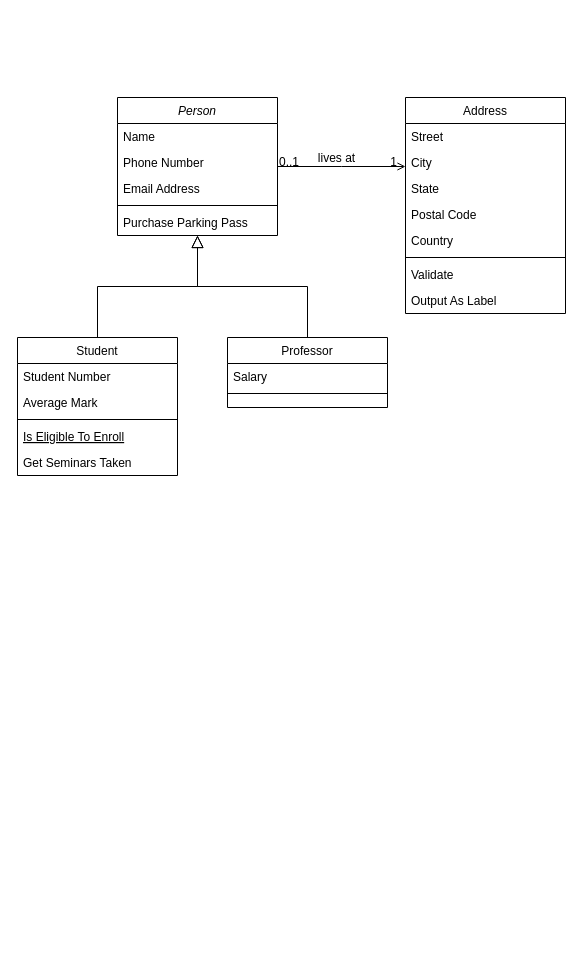
This is Untitled Diagram.drawio from GodhumalaPranitha/GodhumalaPranitha, a draw.io file, before an edit. Source tidied: cells renumbered, new cells numbered last; positions are measured from the earlier drawing's top-left corner, leaving out a move shared by most shapes. Both pictures are drawn from the tidied source at 100%, with x=0, y=0 at pixel (17, 97).
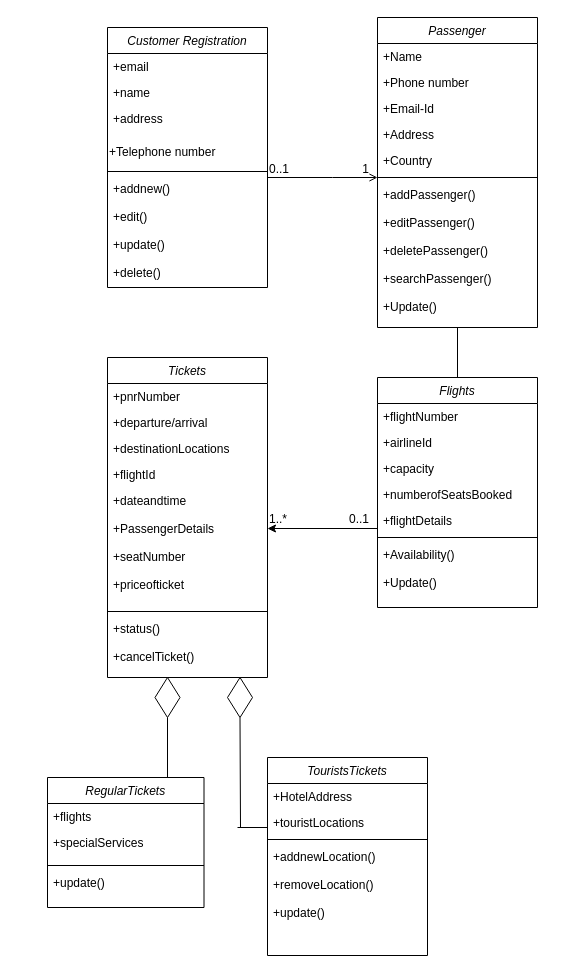
The same diagram, later.

Change to the diagram source:
```diff
@@
-    <mxCell id="2" value="Person" style="swimlane;fontStyle=2;align=center;verticalAlign=top;horizontal=1;startSize=26;rounded=0;shadow=0;strokeWidth=1;" parent="1" vertex="1">
-      <mxGeometry x="100" width="160" height="138" as="geometry" />
+    <mxCell id="2" value="Customer Registration" style="swimlane;fontStyle=2;align=center;verticalAlign=top;horizontal=1;startSize=26;rounded=0;shadow=0;strokeWidth=1;" parent="1" vertex="1">
+      <mxGeometry x="90" y="-70" width="160" height="260" as="geometry" />
     </mxCell>
-    <mxCell id="3" value="Name" style="text;align=left;verticalAlign=top;spacingLeft=4;spacingRight=4;overflow=hidden;" parent="2" vertex="1">
+    <mxCell id="3" value="+email" style="text;align=left;verticalAlign=top;spacingLeft=4;spacingRight=4;overflow=hidden;" parent="2" vertex="1">
       <mxGeometry y="26" width="160" height="26" as="geometry" />
     </mxCell>
-    <mxCell id="4" value="Phone Number" style="text;align=left;verticalAlign=top;spacingLeft=4;spacingRight=4;overflow=hidden;rounded=0;shadow=0;html=0;" parent="2" vertex="1">
+    <mxCell id="4" value="+name" style="text;align=left;verticalAlign=top;spacingLeft=4;spacingRight=4;overflow=hidden;rounded=0;shadow=0;html=0;" parent="2" vertex="1">
       <mxGeometry y="52" width="160" height="26" as="geometry" />
     </mxCell>
-    <mxCell id="5" value="Email Address" style="text;align=left;verticalAlign=top;spacingLeft=4;spacingRight=4;overflow=hidden;rounded=0;shadow=0;html=0;" parent="2" vertex="1">
-      <mxGeometry y="78" width="160" height="26" as="geometry" />
+    <mxCell id="5" value="+address&#10;" style="text;align=left;verticalAlign=top;spacingLeft=4;spacingRight=4;overflow=hidden;rounded=0;shadow=0;html=0;" parent="2" vertex="1">
+      <mxGeometry y="78" width="160" height="32" as="geometry" />
     </mxCell>
+    <mxCell id="32" value="+Telephone number" style="text;html=1;strokeColor=none;fillColor=none;align=left;verticalAlign=middle;whiteSpace=wrap;rounded=0;" parent="2" vertex="1">
+      <mxGeometry y="110" width="160" height="30" as="geometry" />
+    </mxCell>
     <mxCell id="6" style="line;html=1;strokeWidth=1;align=left;verticalAlign=middle;spacingTop=-1;spacingLeft=3;spacingRight=3;labelPosition=right;" parent="2" vertex="1">
-      <mxGeometry y="104" width="160" height="8" as="geometry" />
+      <mxGeometry y="140" width="160" height="8" as="geometry" />
     </mxCell>
-    <mxCell id="7" value="Purchase Parking Pass" style="text;align=left;verticalAlign=top;spacingLeft=4;spacingRight=4;overflow=hidden;" parent="2" vertex="1">
-      <mxGeometry y="112" width="160" height="26" as="geometry" />
+    <mxCell id="7" value="+addnew()&#10;&#10;+edit()&#10;&#10;+update()&#10;&#10;+delete()" style="text;align=left;verticalAlign=top;spacingLeft=4;spacingRight=4;overflow=hidden;" parent="2" vertex="1">
+      <mxGeometry y="148" width="160" height="112" as="geometry" />
     </mxCell>
-    <mxCell id="8" value="Student" style="swimlane;fontStyle=0;align=center;verticalAlign=top;horizontal=1;startSize=26;rounded=0;shadow=0;strokeWidth=1;" parent="1" vertex="1">
-      <mxGeometry y="240" width="160" height="138" as="geometry" />
-    </mxCell>
-    <mxCell id="9" value="Student Number" style="text;align=left;verticalAlign=top;spacingLeft=4;spacingRight=4;overflow=hidden;" parent="8" vertex="1">
-      <mxGeometry y="26" width="160" height="26" as="geometry" />
-    </mxCell>
-    <mxCell id="10" value="Average Mark" style="text;align=left;verticalAlign=top;spacingLeft=4;spacingRight=4;overflow=hidden;rounded=0;shadow=0;html=0;" parent="8" vertex="1">
-      <mxGeometry y="52" width="160" height="26" as="geometry" />
-    </mxCell>
-    <mxCell id="11" style="line;html=1;strokeWidth=1;align=left;verticalAlign=middle;spacingTop=-1;spacingLeft=3;spacingRight=3;labelPosition=right;" parent="8" vertex="1">
-      <mxGeometry y="78" width="160" height="8" as="geometry" />
-    </mxCell>
-    <mxCell id="12" value="Is Eligible To Enroll" style="text;align=left;verticalAlign=top;spacingLeft=4;spacingRight=4;overflow=hidden;fontStyle=4;" parent="8" vertex="1">
-      <mxGeometry y="86" width="160" height="26" as="geometry" />
-    </mxCell>
-    <mxCell id="13" value="Get Seminars Taken" style="text;align=left;verticalAlign=top;spacingLeft=4;spacingRight=4;overflow=hidden;" parent="8" vertex="1">
-      <mxGeometry y="112" width="160" height="26" as="geometry" />
-    </mxCell>
-    <mxCell id="14" style="endArrow=block;endSize=10;endFill=0;shadow=0;strokeWidth=1;rounded=0;edgeStyle=elbowEdgeStyle;elbow=vertical;" parent="1" edge="1" source="8" target="2">
-      <mxGeometry relative="1" as="geometry" />
-    </mxCell>
-    <mxCell id="15" value="Professor" style="swimlane;fontStyle=0;align=center;verticalAlign=top;horizontal=1;startSize=26;rounded=0;shadow=0;strokeWidth=1;" parent="1" vertex="1">
-      <mxGeometry x="210" y="240" width="160" height="70" as="geometry" />
-    </mxCell>
-    <mxCell id="16" value="Salary" style="text;align=left;verticalAlign=top;spacingLeft=4;spacingRight=4;overflow=hidden;" parent="15" vertex="1">
-      <mxGeometry y="26" width="160" height="26" as="geometry" />
-    </mxCell>
-    <mxCell id="17" style="line;html=1;strokeWidth=1;align=left;verticalAlign=middle;spacingTop=-1;spacingLeft=3;spacingRight=3;labelPosition=right;" parent="15" vertex="1">
-      <mxGeometry y="52" width="160" height="8" as="geometry" />
-    </mxCell>
-    <mxCell id="18" style="endArrow=block;endSize=10;endFill=0;shadow=0;strokeWidth=1;rounded=0;edgeStyle=elbowEdgeStyle;elbow=vertical;" parent="1" edge="1" source="15" target="2">
-      <mxGeometry relative="1" as="geometry" />
-    </mxCell>
-    <mxCell id="19" value="Address" style="swimlane;fontStyle=0;align=center;verticalAlign=top;horizontal=1;startSize=26;rounded=0;shadow=0;strokeWidth=1;" parent="1" vertex="1">
-      <mxGeometry x="388" width="160" height="216" as="geometry" />
+    <mxCell id="19" value="Passenger" style="swimlane;fontStyle=2;align=center;verticalAlign=top;horizontal=1;startSize=26;rounded=0;shadow=0;strokeWidth=1;" parent="1" vertex="1">
+      <mxGeometry x="360" y="-80" width="160" height="310" as="geometry" />
     </mxCell>
-    <mxCell id="20" value="Street" style="text;align=left;verticalAlign=top;spacingLeft=4;spacingRight=4;overflow=hidden;" parent="19" vertex="1">
+    <mxCell id="20" value="+Name" style="text;align=left;verticalAlign=top;spacingLeft=4;spacingRight=4;overflow=hidden;" parent="19" vertex="1">
       <mxGeometry y="26" width="160" height="26" as="geometry" />
     </mxCell>
-    <mxCell id="21" value="City" style="text;align=left;verticalAlign=top;spacingLeft=4;spacingRight=4;overflow=hidden;rounded=0;shadow=0;html=0;" parent="19" vertex="1">
+    <mxCell id="21" value="+Phone number" style="text;align=left;verticalAlign=top;spacingLeft=4;spacingRight=4;overflow=hidden;rounded=0;shadow=0;html=0;" parent="19" vertex="1">
       <mxGeometry y="52" width="160" height="26" as="geometry" />
     </mxCell>
-    <mxCell id="22" value="State" style="text;align=left;verticalAlign=top;spacingLeft=4;spacingRight=4;overflow=hidden;rounded=0;shadow=0;html=0;" parent="19" vertex="1">
+    <mxCell id="22" value="+Email-Id" style="text;align=left;verticalAlign=top;spacingLeft=4;spacingRight=4;overflow=hidden;rounded=0;shadow=0;html=0;" parent="19" vertex="1">
       <mxGeometry y="78" width="160" height="26" as="geometry" />
     </mxCell>
-    <mxCell id="23" value="Postal Code" style="text;align=left;verticalAlign=top;spacingLeft=4;spacingRight=4;overflow=hidden;rounded=0;shadow=0;html=0;" parent="19" vertex="1">
+    <mxCell id="23" value="+Address" style="text;align=left;verticalAlign=top;spacingLeft=4;spacingRight=4;overflow=hidden;rounded=0;shadow=0;html=0;" parent="19" vertex="1">
       <mxGeometry y="104" width="160" height="26" as="geometry" />
     </mxCell>
-    <mxCell id="24" value="Country" style="text;align=left;verticalAlign=top;spacingLeft=4;spacingRight=4;overflow=hidden;rounded=0;shadow=0;html=0;" parent="19" vertex="1">
+    <mxCell id="24" value="+Country" style="text;align=left;verticalAlign=top;spacingLeft=4;spacingRight=4;overflow=hidden;rounded=0;shadow=0;html=0;" parent="19" vertex="1">
       <mxGeometry y="130" width="160" height="26" as="geometry" />
     </mxCell>
@@
-    <mxCell id="26" value="Validate" style="text;align=left;verticalAlign=top;spacingLeft=4;spacingRight=4;overflow=hidden;" parent="19" vertex="1">
-      <mxGeometry y="164" width="160" height="26" as="geometry" />
+    <mxCell id="26" value="+addPassenger()&#10;&#10;+editPassenger()&#10;&#10;+deletePassenger()&#10;&#10;+searchPassenger()&#10;&#10;+Update()" style="text;align=left;verticalAlign=top;spacingLeft=4;spacingRight=4;overflow=hidden;" parent="19" vertex="1">
+      <mxGeometry y="164" width="160" height="146" as="geometry" />
     </mxCell>
-    <mxCell id="27" value="Output As Label" style="text;align=left;verticalAlign=top;spacingLeft=4;spacingRight=4;overflow=hidden;" parent="19" vertex="1">
-      <mxGeometry y="190" width="160" height="26" as="geometry" />
-    </mxCell>
     <mxCell id="28" style="endArrow=open;shadow=0;strokeWidth=1;rounded=0;endFill=1;edgeStyle=elbowEdgeStyle;elbow=vertical;" parent="1" edge="1" source="2" target="19">
       <mxGeometry x="0.5" y="41" relative="1" as="geometry">
+        <Array as="points">
+          <mxPoint x="315" y="80" />
+          <mxPoint x="315" y="70" />
+        </Array>
         <mxPoint x="-40" y="32" as="offset" />
       </mxGeometry>
     </mxCell>
     <mxCell id="29" value="0..1" style="align=left;verticalAlign=bottom;labelBackgroundColor=none;fontSize=12;" parent="28" vertex="1">
-      <mxGeometry x="-1" relative="1" as="geometry">
-        <mxPoint y="4" as="offset" />
-      </mxGeometry>
+      <mxGeometry x="-1" relative="1" as="geometry" />
     </mxCell>
     <mxCell id="30" value="1" style="align=right;verticalAlign=bottom;labelBackgroundColor=none;fontSize=12;" parent="28" vertex="1">
       <mxGeometry x="1" relative="1" as="geometry">
-        <mxPoint x="-7" y="4" as="offset" />
+        <mxPoint x="-7" as="offset" />
       </mxGeometry>
     </mxCell>
-    <mxCell id="31" value="lives at" style="text;html=1;align=center;verticalAlign=middle;labelBackgroundColor=none;rounded=0;shadow=0;strokeWidth=1;fontSize=12;" parent="28" vertex="1">
-      <mxGeometry x="0.5" y="49" relative="1" as="geometry">
-        <mxPoint x="-38" y="40" as="offset" />
-      </mxGeometry>
-    </mxCell>
+    <mxCell id="33" value="Flights" style="swimlane;fontStyle=2;align=center;verticalAlign=top;horizontal=1;startSize=26;rounded=0;shadow=0;strokeWidth=1;" parent="1" vertex="1">
+      <mxGeometry x="360" y="280" width="160" height="230" as="geometry" />
+    </mxCell>
+    <mxCell id="34" value="+flightNumber" style="text;align=left;verticalAlign=top;spacingLeft=4;spacingRight=4;overflow=hidden;" parent="33" vertex="1">
+      <mxGeometry y="26" width="160" height="26" as="geometry" />
+    </mxCell>
+    <mxCell id="35" value="+airlineId" style="text;align=left;verticalAlign=top;spacingLeft=4;spacingRight=4;overflow=hidden;rounded=0;shadow=0;html=0;" parent="33" vertex="1">
+      <mxGeometry y="52" width="160" height="26" as="geometry" />
+    </mxCell>
+    <mxCell id="36" value="+capacity" style="text;align=left;verticalAlign=top;spacingLeft=4;spacingRight=4;overflow=hidden;rounded=0;shadow=0;html=0;" parent="33" vertex="1">
+      <mxGeometry y="78" width="160" height="26" as="geometry" />
+    </mxCell>
+    <mxCell id="37" value="+numberofSeatsBooked" style="text;align=left;verticalAlign=top;spacingLeft=4;spacingRight=4;overflow=hidden;rounded=0;shadow=0;html=0;" parent="33" vertex="1">
+      <mxGeometry y="104" width="160" height="26" as="geometry" />
+    </mxCell>
+    <mxCell id="38" value="+flightDetails" style="text;align=left;verticalAlign=top;spacingLeft=4;spacingRight=4;overflow=hidden;points=[[0,0.5],[1,0.5]];portConstraint=eastwest;rounded=0;shadow=0;html=0;" parent="33" vertex="1">
+      <mxGeometry y="130" width="160" height="26" as="geometry" />
+    </mxCell>
+    <mxCell id="39" style="line;html=1;strokeWidth=1;align=left;verticalAlign=middle;spacingTop=-1;spacingLeft=3;spacingRight=3;labelPosition=right;" parent="33" vertex="1">
+      <mxGeometry y="156" width="160" height="8" as="geometry" />
+    </mxCell>
+    <mxCell id="40" value="+Availability()&#10;&#10;+Update()" style="text;align=left;verticalAlign=top;spacingLeft=4;spacingRight=4;overflow=hidden;" parent="33" vertex="1">
+      <mxGeometry y="164" width="160" height="56" as="geometry" />
+    </mxCell>
+    <mxCell id="41" value="Tickets" style="swimlane;fontStyle=2;align=center;verticalAlign=top;horizontal=1;startSize=26;rounded=0;shadow=0;strokeWidth=1;" parent="1" vertex="1">
+      <mxGeometry x="90" y="260" width="160" height="320" as="geometry" />
+    </mxCell>
+    <mxCell id="42" value="+pnrNumber" style="text;align=left;verticalAlign=top;spacingLeft=4;spacingRight=4;overflow=hidden;" parent="41" vertex="1">
+      <mxGeometry y="26" width="160" height="26" as="geometry" />
+    </mxCell>
+    <mxCell id="43" value="+departure/arrival" style="text;align=left;verticalAlign=top;spacingLeft=4;spacingRight=4;overflow=hidden;rounded=0;shadow=0;html=0;" parent="41" vertex="1">
+      <mxGeometry y="52" width="160" height="26" as="geometry" />
+    </mxCell>
+    <mxCell id="44" value="+destinationLocations" style="text;align=left;verticalAlign=top;spacingLeft=4;spacingRight=4;overflow=hidden;rounded=0;shadow=0;html=0;" parent="41" vertex="1">
+      <mxGeometry y="78" width="160" height="26" as="geometry" />
+    </mxCell>
+    <mxCell id="45" value="+flightId" style="text;align=left;verticalAlign=top;spacingLeft=4;spacingRight=4;overflow=hidden;rounded=0;shadow=0;html=0;" parent="41" vertex="1">
+      <mxGeometry y="104" width="160" height="26" as="geometry" />
+    </mxCell>
+    <mxCell id="46" value="+dateandtime&#10;&#10;+PassengerDetails&#10;&#10;+seatNumber&#10;&#10;+priceofticket&#10;&#10;&#10;" style="text;align=left;verticalAlign=top;spacingLeft=4;spacingRight=4;overflow=hidden;rounded=0;shadow=0;html=0;" parent="41" vertex="1">
+      <mxGeometry y="130" width="160" height="120" as="geometry" />
+    </mxCell>
+    <mxCell id="47" style="line;html=1;strokeWidth=1;align=left;verticalAlign=middle;spacingTop=-1;spacingLeft=3;spacingRight=3;labelPosition=right;" parent="41" vertex="1">
+      <mxGeometry y="250" width="160" height="8" as="geometry" />
+    </mxCell>
+    <mxCell id="48" value="+status()&#10;&#10;+cancelTicket()" style="text;align=left;verticalAlign=top;spacingLeft=4;spacingRight=4;overflow=hidden;" parent="41" vertex="1">
+      <mxGeometry y="258" width="160" height="62" as="geometry" />
+    </mxCell>
+    <mxCell id="49" value="RegularTickets" style="swimlane;fontStyle=2;align=center;verticalAlign=top;horizontal=1;startSize=26;rounded=0;shadow=0;strokeWidth=1;" parent="1" vertex="1">
+      <mxGeometry x="30" y="680" width="156.5" height="130" as="geometry" />
+    </mxCell>
+    <mxCell id="50" value="+flights" style="text;align=left;verticalAlign=top;spacingLeft=4;spacingRight=4;overflow=hidden;" parent="49" vertex="1">
+      <mxGeometry y="26" width="156.5" height="26" as="geometry" />
+    </mxCell>
+    <mxCell id="51" value="+specialServices" style="text;align=left;verticalAlign=top;spacingLeft=4;spacingRight=4;overflow=hidden;rounded=0;shadow=0;html=0;" parent="49" vertex="1">
+      <mxGeometry y="52" width="156.5" height="32" as="geometry" />
+    </mxCell>
+    <mxCell id="52" style="line;html=1;strokeWidth=1;align=left;verticalAlign=middle;spacingTop=-1;spacingLeft=3;spacingRight=3;labelPosition=right;" parent="49" vertex="1">
+      <mxGeometry y="84" width="156.5" height="8" as="geometry" />
+    </mxCell>
+    <mxCell id="53" value="+update()" style="text;align=left;verticalAlign=top;spacingLeft=4;spacingRight=4;overflow=hidden;" parent="49" vertex="1">
+      <mxGeometry y="92" width="156.5" height="28" as="geometry" />
+    </mxCell>
+    <mxCell id="54" value="TouristsTickets" style="swimlane;fontStyle=2;align=center;verticalAlign=top;horizontal=1;startSize=26;rounded=0;shadow=0;strokeWidth=1;" parent="1" vertex="1">
+      <mxGeometry x="250" y="660" width="160" height="198" as="geometry" />
+    </mxCell>
+    <mxCell id="55" value="+HotelAddress" style="text;align=left;verticalAlign=top;spacingLeft=4;spacingRight=4;overflow=hidden;" parent="54" vertex="1">
+      <mxGeometry y="26" width="160" height="26" as="geometry" />
+    </mxCell>
+    <mxCell id="56" value="+touristLocations" style="text;align=left;verticalAlign=top;spacingLeft=4;spacingRight=4;overflow=hidden;rounded=0;shadow=0;html=0;" parent="54" vertex="1">
+      <mxGeometry y="52" width="160" height="26" as="geometry" />
+    </mxCell>
+    <mxCell id="11" style="line;html=1;strokeWidth=1;align=left;verticalAlign=middle;spacingTop=-1;spacingLeft=3;spacingRight=3;labelPosition=right;" parent="54" vertex="1">
+      <mxGeometry y="78" width="160" height="8" as="geometry" />
+    </mxCell>
+    <mxCell id="57" value="+addnewLocation()&#10;&#10;+removeLocation()&#10;&#10;+update()&#10;&#10;" style="text;align=left;verticalAlign=top;spacingLeft=4;spacingRight=4;overflow=hidden;" parent="54" vertex="1">
+      <mxGeometry y="86" width="160" height="112" as="geometry" />
+    </mxCell>
+    <mxCell id="58" style="endArrow=none;html=1;rounded=0;exitX=0.5;exitY=0;exitDx=0;exitDy=0;" parent="1" edge="1" source="33">
+      <mxGeometry relative="1" as="geometry">
+        <mxPoint x="440" y="230" as="targetPoint" />
+      </mxGeometry>
+    </mxCell>
+    <mxCell id="59" style="endArrow=classic;html=1;rounded=0;exitX=0.002;exitY=0.808;exitDx=0;exitDy=0;exitPerimeter=0;" parent="1" edge="1" source="38">
+      <mxGeometry relative="1" as="geometry">
+        <mxPoint x="250" y="431" as="targetPoint" />
+      </mxGeometry>
+    </mxCell>
+    <mxCell id="60" value="0..1" style="align=left;verticalAlign=bottom;labelBackgroundColor=none;fontSize=12;" parent="1" vertex="1">
+      <mxGeometry x="330" y="430" as="geometry" />
+    </mxCell>
+    <mxCell id="61" value="1..*" style="align=left;verticalAlign=bottom;labelBackgroundColor=none;fontSize=12;" parent="1" vertex="1">
+      <mxGeometry x="250" y="430" as="geometry" />
+    </mxCell>
+    <mxCell id="62" style="rhombus;whiteSpace=wrap;html=1;direction=west;" parent="1" vertex="1">
+      <mxGeometry x="137.5" y="580" width="25" height="40" as="geometry" />
+    </mxCell>
+    <mxCell id="63" style="endArrow=none;html=1;rounded=0;exitX=0.5;exitY=0;exitDx=0;exitDy=0;" parent="1" edge="1" source="62">
+      <mxGeometry relative="1" as="geometry">
+        <mxPoint x="150" y="680" as="targetPoint" />
+      </mxGeometry>
+    </mxCell>
+    <mxCell id="64" style="rhombus;whiteSpace=wrap;html=1;direction=west;" parent="1" vertex="1">
+      <mxGeometry x="210" y="580" width="25" height="40" as="geometry" />
+    </mxCell>
+    <mxCell id="65" style="endArrow=none;html=1;rounded=0;entryX=0.5;entryY=0;entryDx=0;entryDy=0;" parent="1" edge="1" target="64">
+      <mxGeometry relative="1" as="geometry">
+        <mxPoint x="223" y="730" as="sourcePoint" />
+      </mxGeometry>
+    </mxCell>
+    <mxCell id="66" style="endArrow=none;html=1;rounded=0;" parent="1" edge="1">
+      <mxGeometry relative="1" as="geometry">
+        <mxPoint x="220" y="730" as="sourcePoint" />
+        <mxPoint x="250" y="730" as="targetPoint" />
+      </mxGeometry>
+    </mxCell>
```
